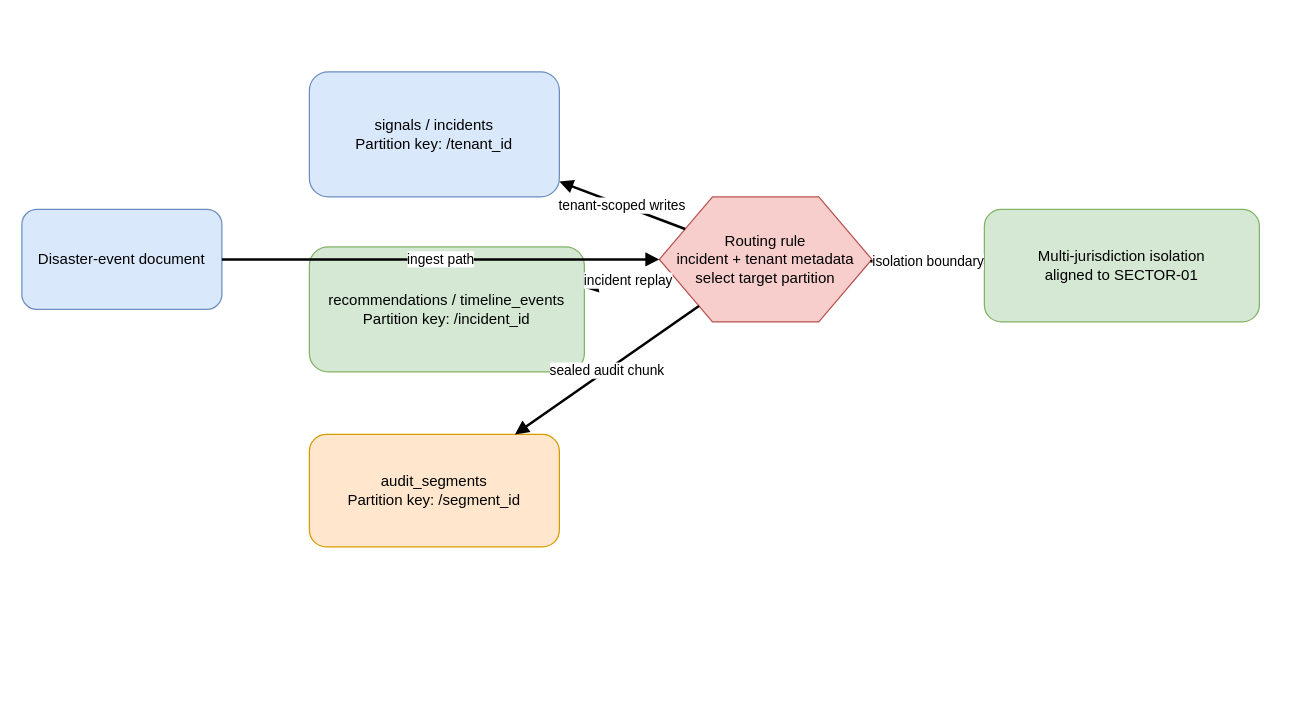
Earlier version of the draw.io diagram docs/architecture/deployment/cosmos-partitioning.drawio (johnbilliris/ama). Source tidied: cells renumbered, new cells numbered last; positions are measured from the earlier drawing's top-left corner, leaving out a move shared by most shapes. Both pictures are drawn from the tidied source at 125%, with x=0, y=0 at pixel (21, 71).
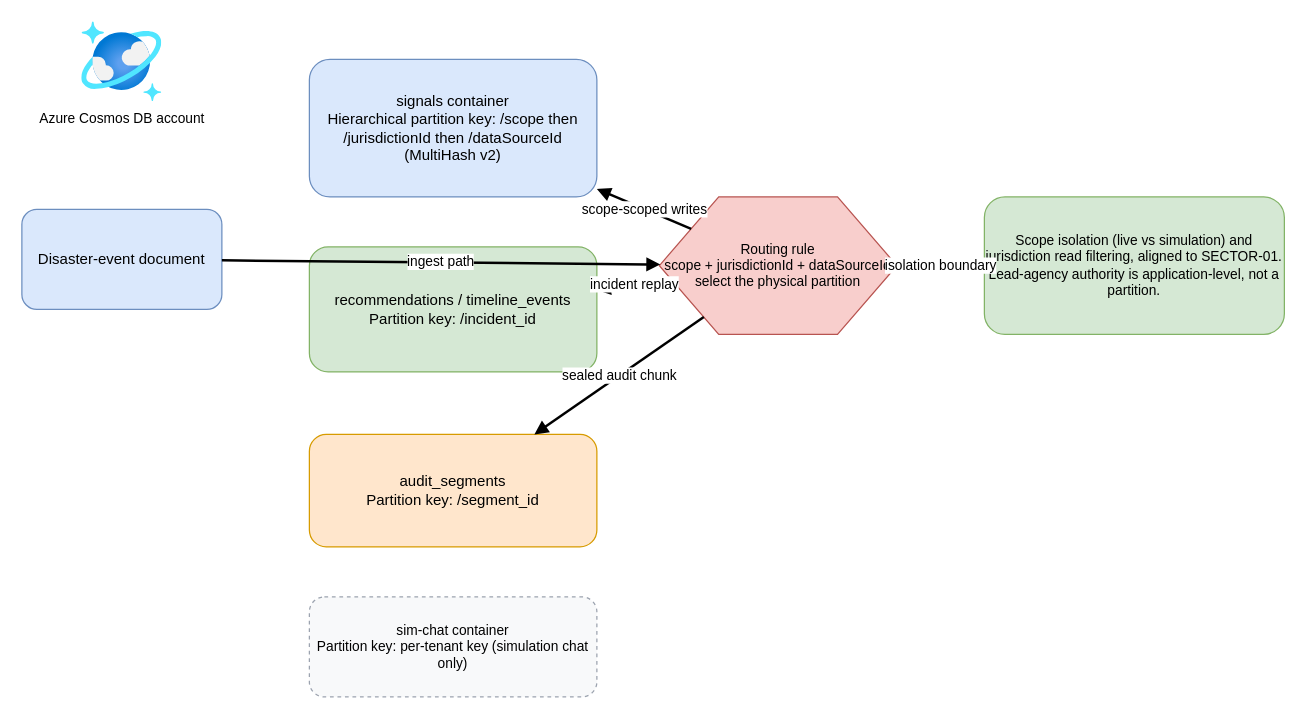
After the change.

Diff of the diagram source:
```diff
@@
 <mxGraphModel>
   <root>
     <mxCell id="0" />
     <mxCell id="1" parent="0" />
     <mxCell id="2" value="Disaster-event document" style="rounded=1;whiteSpace=wrap;html=1;fillColor=#dae8fc;strokeColor=#6c8ebf;fontSize=12;" parent="1" vertex="1">
       <mxGeometry y="110" width="160" height="80" as="geometry" />
     </mxCell>
+    <mxCell id="13" value="Azure Cosmos DB account" style="image;html=1;align=center;fontSize=11;verticalLabelPosition=bottom;verticalAlign=top;image=img/lib/azure2/databases/Azure_Cosmos_DB.svg;" parent="1" vertex="1">
+      <mxGeometry x="48" y="-40" width="64" height="64" as="geometry" />
+    </mxCell>
-    <mxCell id="3" value="signals / incidents&#10;Partition key: /tenant_id" style="rounded=1;whiteSpace=wrap;html=1;fillColor=#dae8fc;strokeColor=#6c8ebf;fontSize=12;" parent="1" vertex="1">
-      <mxGeometry x="230" width="200" height="100" as="geometry" />
+    <mxCell id="3" value="signals container&#10;Hierarchical partition key: /scope then /jurisdictionId then /dataSourceId (MultiHash v2)" style="rounded=1;whiteSpace=wrap;html=1;fillColor=#dae8fc;strokeColor=#6c8ebf;fontSize=12;" parent="1" vertex="1">
+      <mxGeometry x="230" y="-10" width="230" height="110" as="geometry" />
     </mxCell>
     <mxCell id="4" value="recommendations / timeline_events&#10;Partition key: /incident_id" style="rounded=1;whiteSpace=wrap;html=1;fillColor=#d5e8d4;strokeColor=#82b366;fontSize=12;" parent="1" vertex="1">
-      <mxGeometry x="230" y="140" width="220" height="100" as="geometry" />
+      <mxGeometry x="230" y="140" width="230" height="100" as="geometry" />
     </mxCell>
     <mxCell id="5" value="audit_segments&#10;Partition key: /segment_id" style="rounded=1;whiteSpace=wrap;html=1;fillColor=#ffe6cc;strokeColor=#d79b00;fontSize=12;" parent="1" vertex="1">
-      <mxGeometry x="230" y="290" width="200" height="90" as="geometry" />
+      <mxGeometry x="230" y="290" width="230" height="90" as="geometry" />
     </mxCell>
+    <mxCell id="14" value="sim-chat container&#10;Partition key: per-tenant key (simulation chat only)" style="rounded=1;whiteSpace=wrap;html=1;fillColor=#f8f9fa;strokeColor=#9ca3af;fontSize=11;dashed=1;" parent="1" vertex="1">
+      <mxGeometry x="230" y="420" width="230" height="80" as="geometry" />
+    </mxCell>
-    <mxCell id="6" value="Routing rule&#10;incident + tenant metadata select target partition" style="shape=hexagon;perimeter=hexagonPerimeter2;whiteSpace=wrap;html=1;fillColor=#f8cecc;strokeColor=#b85450;fontSize=12;" parent="1" vertex="1">
-      <mxGeometry x="510" y="100" width="170" height="100" as="geometry" />
+    <mxCell id="6" value="Routing rule&#10;scope + jurisdictionId + dataSourceId select the physical partition" style="shape=hexagon;perimeter=hexagonPerimeter2;whiteSpace=wrap;html=1;fillColor=#f8cecc;strokeColor=#b85450;fontSize=11;" parent="1" vertex="1">
+      <mxGeometry x="510" y="100" width="190" height="110" as="geometry" />
     </mxCell>
-    <mxCell id="7" value="Multi-jurisdiction isolation&#10;aligned to SECTOR-01" style="rounded=1;whiteSpace=wrap;html=1;fillColor=#d5e8d4;strokeColor=#82b366;fontSize=12;" parent="1" vertex="1">
-      <mxGeometry x="770" y="110" width="220" height="90" as="geometry" />
+    <mxCell id="7" value="Scope isolation (live vs simulation) and jurisdiction read filtering, aligned to SECTOR-01. Lead-agency authority is application-level, not a partition." style="rounded=1;whiteSpace=wrap;html=1;fillColor=#d5e8d4;strokeColor=#82b366;fontSize=11;" parent="1" vertex="1">
+      <mxGeometry x="770" y="100" width="240" height="110" as="geometry" />
     </mxCell>
     <mxCell id="8" value="ingest path" style="endArrow=block;html=1;rounded=0;strokeWidth=2;" parent="1" edge="1" source="2" target="6">
       <mxGeometry relative="1" as="geometry" />
     </mxCell>
-    <mxCell id="9" value="tenant-scoped writes" style="endArrow=block;html=1;rounded=0;strokeWidth=2;" parent="1" edge="1" source="6" target="3">
+    <mxCell id="9" value="scope-scoped writes" style="endArrow=block;html=1;rounded=0;strokeWidth=2;" parent="1" edge="1" source="6" target="3">
       <mxGeometry relative="1" as="geometry" />
     </mxCell>
     <mxCell id="10" value="incident replay" style="endArrow=block;html=1;rounded=0;strokeWidth=2;" parent="1" edge="1" source="6" target="4">
       <mxGeometry relative="1" as="geometry" />
     </mxCell>
     <mxCell id="11" value="sealed audit chunk" style="endArrow=block;html=1;rounded=0;strokeWidth=2;" parent="1" edge="1" source="6" target="5">
       <mxGeometry relative="1" as="geometry" />
     </mxCell>
     <mxCell id="12" value="isolation boundary" style="endArrow=block;html=1;rounded=0;strokeWidth=2;" parent="1" edge="1" source="6" target="7">
       <mxGeometry relative="1" as="geometry" />
     </mxCell>
   </root>
 </mxGraphModel>
```
